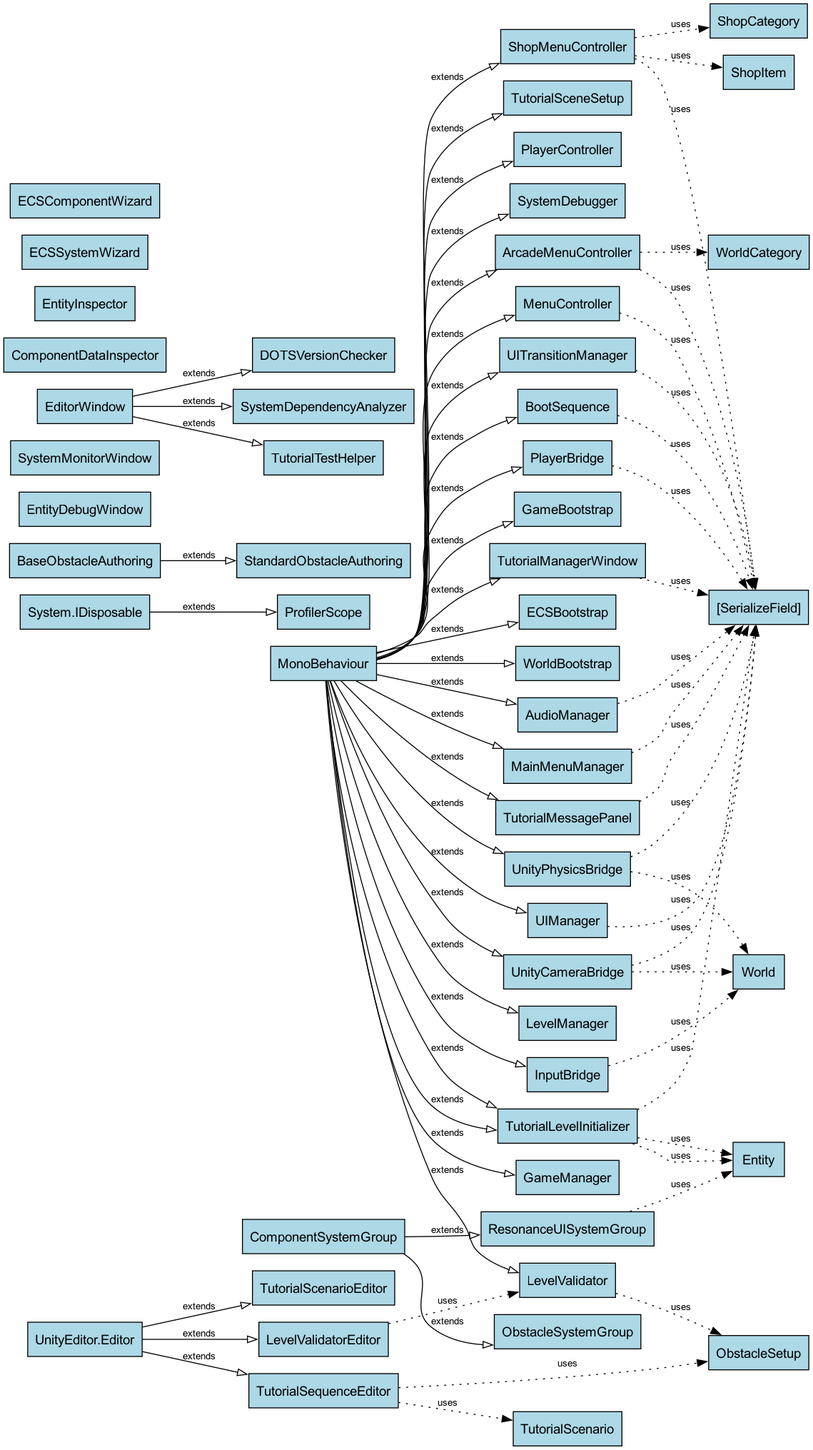
The Graphviz diagram Documentation/class_dependencies.png in gianlucaricaldone/RunawayHeroes, before a commit. Its source is kept beside it as Documentation/class_dependencies.dot.
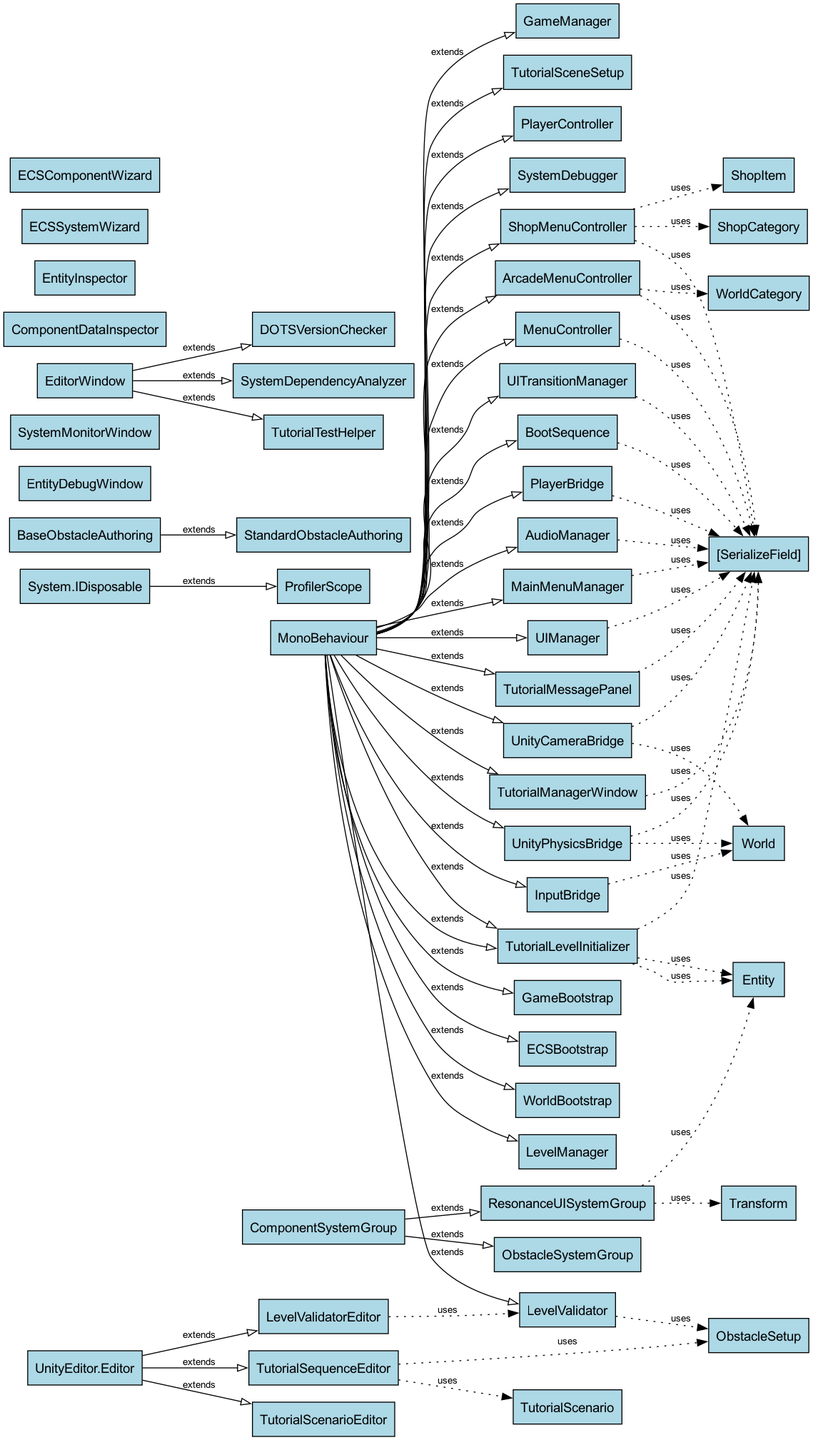
The same diagram one commit later.

What changed in the source:
```diff
@@ -78,6 +78,7 @@
   "ResonanceUISystemGroup" [tooltip="File: ResonanceUISystem.cs"];
   "ComponentSystemGroup" -> "ResonanceUISystemGroup" [arrowhead=empty, style=solid, label="extends"];
   "ResonanceUISystemGroup" -> "Entity" [style=dotted, label="uses"];
+  "ResonanceUISystemGroup" -> "Transform" [style=dotted, label="uses"];
   "ObstacleSystemGroup" [tooltip="File: ObstacleSystemGroup.cs"];
   "ComponentSystemGroup" -> "ObstacleSystemGroup" [arrowhead=empty, style=solid, label="extends"];
   "StandardObstacleAuthoring" [tooltip="File: ObstacleAuthoringComponents.cs"];
```
